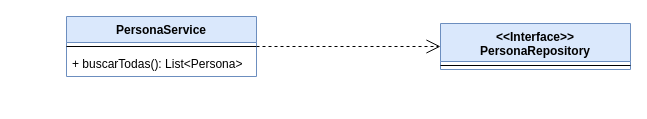
Before: page "Clases" (2 of 2) of doc/diseño.drawio in juliomachillanda1/personas, a draw.io diagram. Source tidied: cells renumbered, new cells numbered last; positions are measured from the earlier drawing's top-left corner, leaving out a move shared by most shapes. Both pictures are drawn from the tidied source at 100%, with x=0, y=0 at pixel (66, 16).
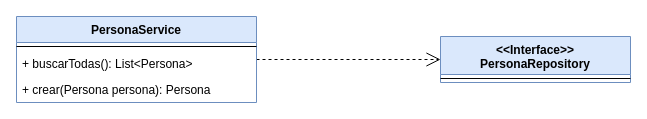
The same page after the edit.

What changed in the source:
```diff
@@
 <mxGraphModel>
   <root>
     <mxCell id="0" />
     <mxCell id="1" parent="0" />
     <mxCell id="2" value="Use" style="endArrow=open;endSize=12;dashed=1;html=1;noLabel=1;fontColor=none;" parent="1" edge="1" source="5" target="3">
       <mxGeometry relative="1" as="geometry" />
     </mxCell>
-    <mxCell id="3" value="&lt;&lt;Interface&gt;&gt;&#10;PersonaRepository" style="swimlane;fontStyle=1;align=center;verticalAlign=top;horizontal=1;startSize=38;fillColor=#dae8fc;strokeColor=#6c8ebf;" parent="1" vertex="1">
-      <mxGeometry x="374" y="7" width="190" height="46" as="geometry" />
-    </mxCell>
-    <mxCell id="4" style="line;strokeWidth=1;fillColor=none;align=left;verticalAlign=middle;spacingTop=-1;spacingLeft=3;spacingRight=3;labelPosition=right;" parent="3" vertex="1">
-      <mxGeometry y="38" width="190" height="8" as="geometry" />
-    </mxCell>
     <mxCell id="5" value="PersonaService" style="swimlane;fontStyle=1;align=center;verticalAlign=top;horizontal=1;startSize=26;fillColor=#dae8fc;strokeColor=#6c8ebf;" parent="1" vertex="1">
-      <mxGeometry width="190" height="60" as="geometry" />
+      <mxGeometry x="-50" width="240" height="86" as="geometry" />
     </mxCell>
     <mxCell id="6" style="line;strokeWidth=1;fillColor=none;align=left;verticalAlign=middle;spacingTop=-1;spacingLeft=3;spacingRight=3;labelPosition=right;" parent="5" vertex="1">
-      <mxGeometry y="26" width="190" height="8" as="geometry" />
+      <mxGeometry y="26" width="240" height="8" as="geometry" />
     </mxCell>
     <mxCell id="7" value="+ buscarTodas(): List&lt;Persona&gt;" style="text;strokeColor=none;fillColor=none;align=left;verticalAlign=top;spacingLeft=4;spacingRight=4;overflow=hidden;" parent="5" vertex="1">
-      <mxGeometry y="34" width="190" height="26" as="geometry" />
+      <mxGeometry y="34" width="240" height="26" as="geometry" />
     </mxCell>
+    <mxCell id="8" value="+ crear(Persona persona): Persona" style="text;strokeColor=none;fillColor=none;align=left;verticalAlign=top;spacingLeft=4;spacingRight=4;overflow=hidden;" parent="5" vertex="1">
+      <mxGeometry y="60" width="240" height="26" as="geometry" />
+    </mxCell>
+    <mxCell id="3" value="&lt;&lt;Interface&gt;&gt;&#10;PersonaRepository" style="swimlane;fontStyle=1;align=center;verticalAlign=top;horizontal=1;startSize=38;fillColor=#dae8fc;strokeColor=#6c8ebf;" parent="1" vertex="1">
+      <mxGeometry x="374" y="20" width="190" height="46" as="geometry" />
+    </mxCell>
+    <mxCell id="4" style="line;strokeWidth=1;fillColor=none;align=left;verticalAlign=middle;spacingTop=-1;spacingLeft=3;spacingRight=3;labelPosition=right;" parent="3" vertex="1">
+      <mxGeometry y="38" width="190" height="8" as="geometry" />
+    </mxCell>
   </root>
 </mxGraphModel>
```
